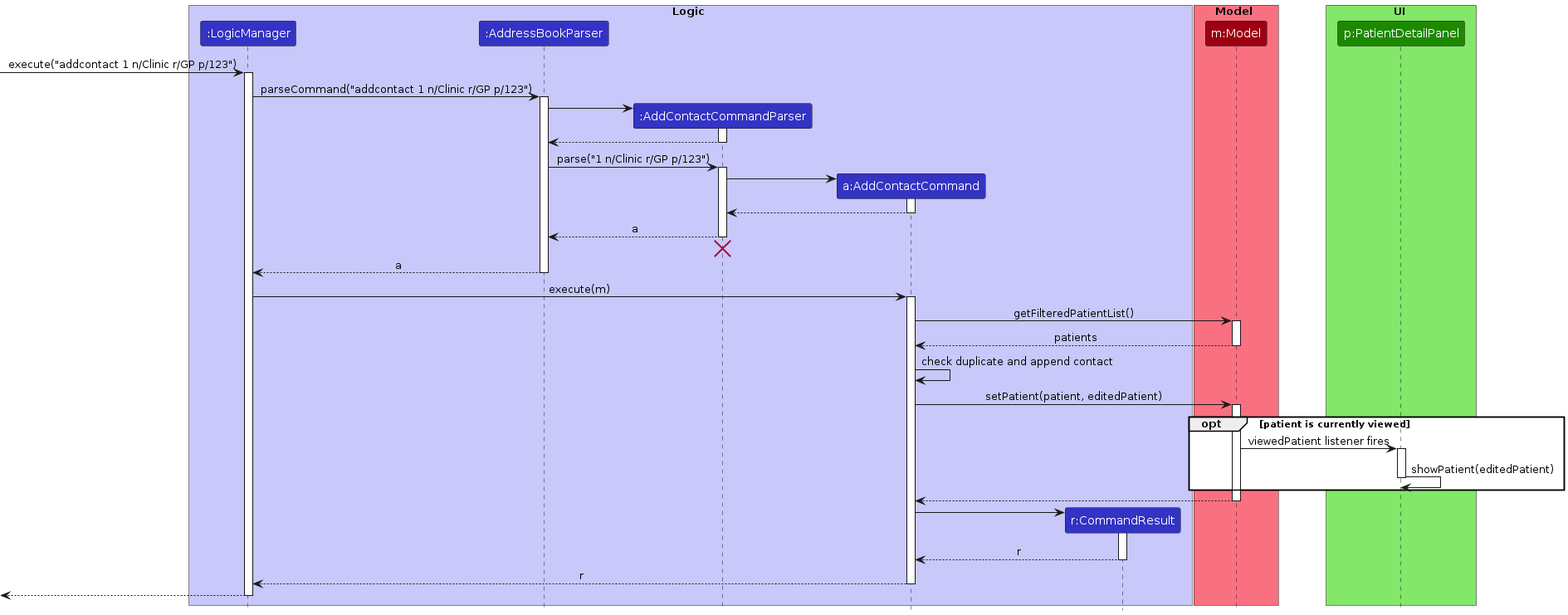
This is diagrams/AddContactSequenceDiagram.png from AY2627S1-CS2103T-W08-1/tp, a PlantUML export, as it was before one commit. Its source is kept beside it as diagrams/AddContactSequenceDiagram.puml. Source of this version:
```plantuml
@startuml
!include style.puml
skinparam ArrowFontStyle plain

box Logic LOGIC_COLOR_T1
participant ":LogicManager" as LogicManager LOGIC_COLOR
participant ":AddressBookParser" as AddressBookParser LOGIC_COLOR
participant ":AddContactCommandParser" as AddContactCommandParser LOGIC_COLOR
participant "a:AddContactCommand" as AddContactCommand LOGIC_COLOR
participant "r:CommandResult" as CommandResult LOGIC_COLOR
end box

box Model MODEL_COLOR_T1
participant "m:Model" as Model MODEL_COLOR
end box

box UI UI_COLOR_T1
participant "p:PatientDetailPanel" as PatientDetailPanel UI_COLOR
end box

[-> LogicManager : execute("addcontact 1 n/Clinic r/GP p/123")
activate LogicManager

LogicManager -> AddressBookParser : parseCommand("addcontact 1 n/Clinic r/GP p/123")
activate AddressBookParser

create AddContactCommandParser
AddressBookParser -> AddContactCommandParser
activate AddContactCommandParser

AddContactCommandParser --> AddressBookParser
deactivate AddContactCommandParser

AddressBookParser -> AddContactCommandParser : parse("1 n/Clinic r/GP p/123")
activate AddContactCommandParser

create AddContactCommand
AddContactCommandParser -> AddContactCommand
activate AddContactCommand

AddContactCommand --> AddContactCommandParser
deactivate AddContactCommand

AddContactCommandParser --> AddressBookParser : a
deactivate AddContactCommandParser
AddContactCommandParser -[hidden]-> AddressBookParser
destroy AddContactCommandParser

AddressBookParser --> LogicManager : a
deactivate AddressBookParser

LogicManager -> AddContactCommand : execute(m)
activate AddContactCommand

AddContactCommand -> Model : getFilteredPatientList()
activate Model

Model --> AddContactCommand : patients
deactivate Model

AddContactCommand -> AddContactCommand : check duplicate and append contact

AddContactCommand -> Model : setPatient(patient, editedPatient)
activate Model

opt patient is currently viewed
Model -> PatientDetailPanel : viewedPatient listener fires
activate PatientDetailPanel

PatientDetailPanel -> PatientDetailPanel : showPatient(editedPatient)
deactivate PatientDetailPanel
end

Model --> AddContactCommand
deactivate Model

create CommandResult
AddContactCommand -> CommandResult
activate CommandResult

CommandResult --> AddContactCommand : r
deactivate CommandResult

AddContactCommand --> LogicManager : r
deactivate AddContactCommand

[<-- LogicManager
deactivate LogicManager
@enduml
```
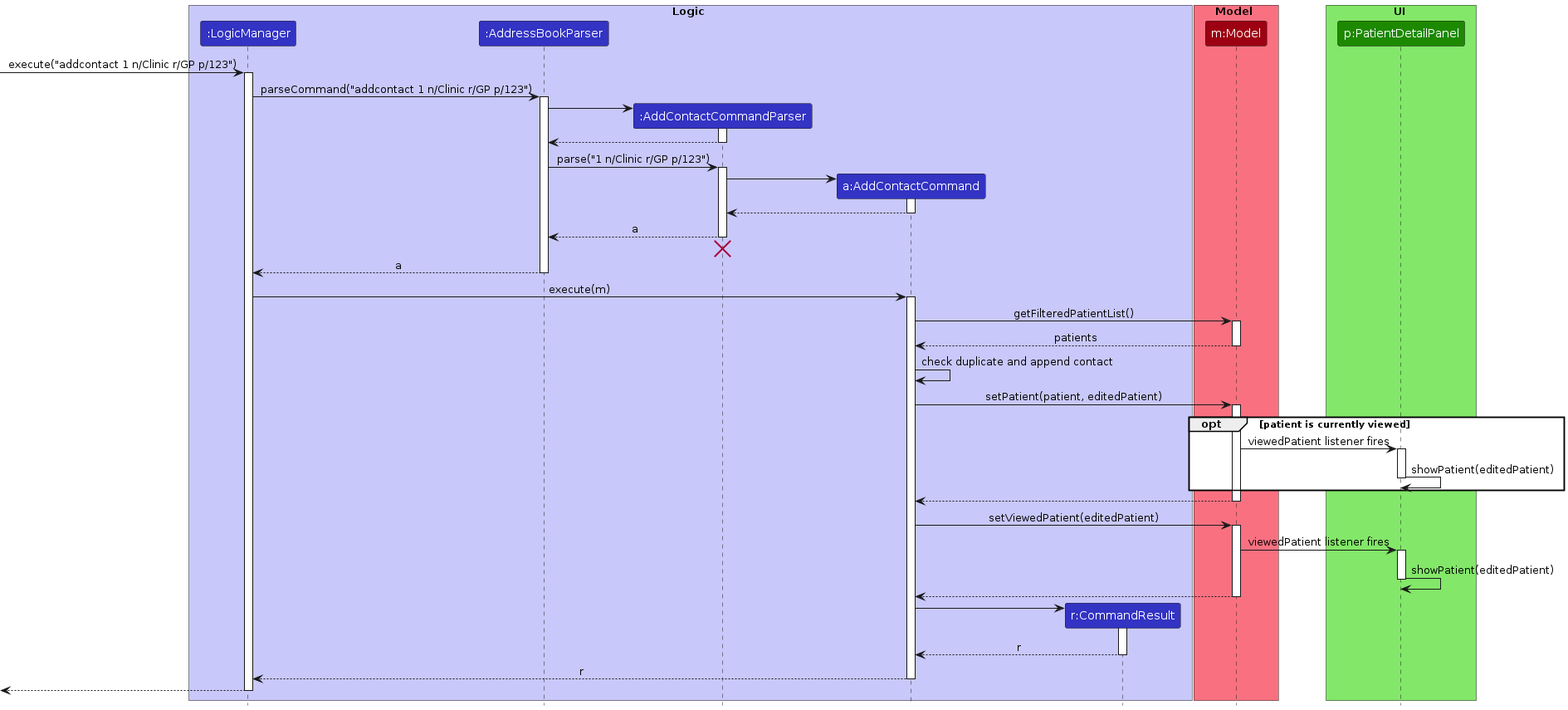
The same diagram one commit later.

What changed in the source:
```diff
@@ -74,6 +74,17 @@
 Model --> AddContactCommand
 deactivate Model
 
+AddContactCommand -> Model : setViewedPatient(editedPatient)
+activate Model
+
+Model -> PatientDetailPanel : viewedPatient listener fires
+activate PatientDetailPanel
+PatientDetailPanel -> PatientDetailPanel : showPatient(editedPatient)
+deactivate PatientDetailPanel
+
+Model --> AddContactCommand
+deactivate Model
+
 create CommandResult
 AddContactCommand -> CommandResult
 activate CommandResult
```
